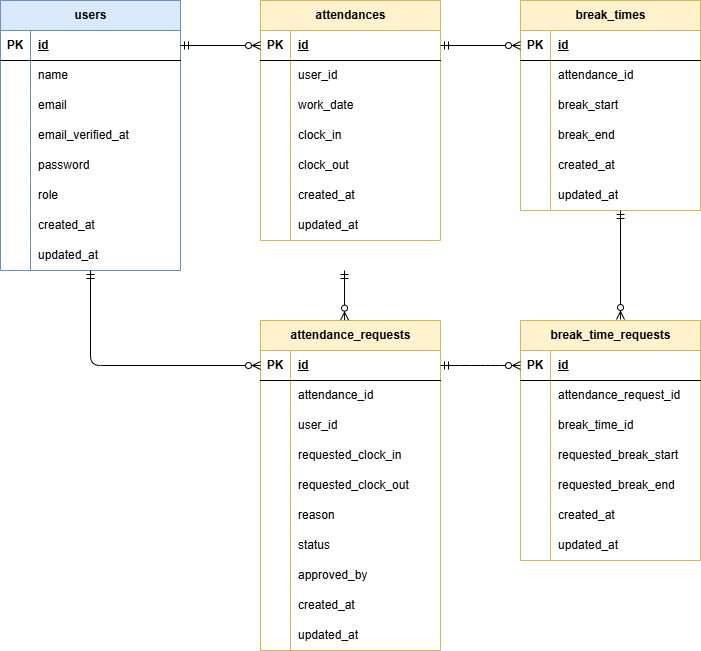
This is attendance_management_app.drawio.png from yun-0312/attendance-management-app, a draw.io export, as it was before one commit. Source tidied: cells renumbered, new cells last; positions are measured from the earlier drawing's top-left corner, leaving out a move shared by most shapes.
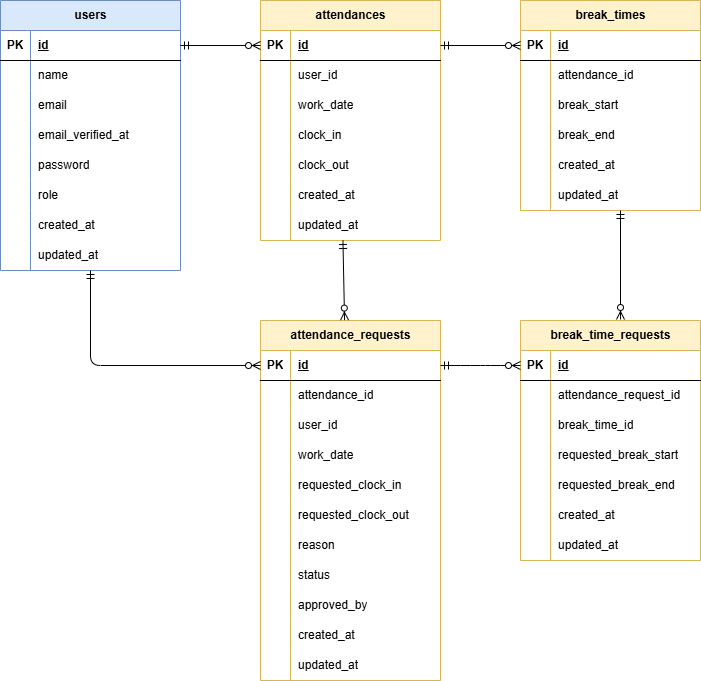
After the commit.

Diff of the diagram source:
```diff
@@ -144,7 +144,7 @@
       <mxGeometry x="30" width="150" height="30" as="geometry" />
     </mxCell>
     <mxCell id="49" value="attendance_requests" style="shape=table;startSize=30;rowLines=0;fontStyle=1;align=center;html=1;fillColor=#fff2cc;strokeColor=#d6b656;" parent="1" vertex="1">
-      <mxGeometry x="260" y="320" width="180" height="330" as="geometry" />
+      <mxGeometry x="260" y="320" width="180" height="360" as="geometry" />
     </mxCell>
     <mxCell id="50" style="shape=tableRow;horizontal=0;startSize=0;swimlaneHead=0;swimlaneBody=0;fillColor=none;points=[[0,0.5],[1,0.5]];portConstraint=eastwest;top=0;left=0;right=0;bottom=1;" parent="49" vertex="1">
       <mxGeometry y="30" width="180" height="30" as="geometry" />
@@ -179,7 +179,7 @@
     <mxCell id="60" style="shape=partialRectangle;fillColor=none;top=0;left=0;bottom=0;right=0;overflow=hidden;whiteSpace=wrap;html=1;" parent="59" vertex="1">
       <mxGeometry width="30" height="30" as="geometry" />
     </mxCell>
-    <mxCell id="61" value="requested_clock_in" style="shape=partialRectangle;fillColor=none;top=0;left=0;bottom=0;right=0;align=left;spacingLeft=6;overflow=hidden;whiteSpace=wrap;html=1;" parent="59" vertex="1">
+    <mxCell id="61" value="&lt;span style=&quot;color: rgb(0, 0, 0);&quot;&gt;work_date&lt;/span&gt;" style="shape=partialRectangle;fillColor=none;top=0;left=0;bottom=0;right=0;align=left;spacingLeft=6;overflow=hidden;whiteSpace=wrap;html=1;" parent="59" vertex="1">
       <mxGeometry x="30" width="150" height="30" as="geometry" />
     </mxCell>
     <mxCell id="62" style="shape=tableRow;horizontal=0;startSize=0;swimlaneHead=0;swimlaneBody=0;fillColor=none;top=0;left=0;right=0;bottom=0;" parent="49" vertex="1">
@@ -188,7 +188,7 @@
     <mxCell id="63" style="shape=partialRectangle;fillColor=none;top=0;left=0;bottom=0;right=0;overflow=hidden;whiteSpace=wrap;html=1;" parent="62" vertex="1">
       <mxGeometry width="30" height="30" as="geometry" />
     </mxCell>
-    <mxCell id="64" value="requested_clock_out" style="shape=partialRectangle;fillColor=none;top=0;left=0;bottom=0;right=0;align=left;spacingLeft=6;overflow=hidden;whiteSpace=wrap;html=1;" parent="62" vertex="1">
+    <mxCell id="64" value="&lt;span style=&quot;color: rgb(0, 0, 0);&quot;&gt;requested_clock_in&lt;/span&gt;" style="shape=partialRectangle;fillColor=none;top=0;left=0;bottom=0;right=0;align=left;spacingLeft=6;overflow=hidden;whiteSpace=wrap;html=1;" parent="62" vertex="1">
       <mxGeometry x="30" width="150" height="30" as="geometry" />
     </mxCell>
     <mxCell id="65" style="shape=tableRow;horizontal=0;startSize=0;swimlaneHead=0;swimlaneBody=0;fillColor=none;top=0;left=0;right=0;bottom=0;" parent="49" vertex="1">
@@ -197,7 +197,7 @@
     <mxCell id="66" style="shape=partialRectangle;fillColor=none;top=0;left=0;bottom=0;right=0;overflow=hidden;whiteSpace=wrap;html=1;" parent="65" vertex="1">
       <mxGeometry width="30" height="30" as="geometry" />
     </mxCell>
-    <mxCell id="67" value="reason" style="shape=partialRectangle;fillColor=none;top=0;left=0;bottom=0;right=0;align=left;spacingLeft=6;overflow=hidden;whiteSpace=wrap;html=1;" parent="65" vertex="1">
+    <mxCell id="67" value="&lt;span style=&quot;color: rgb(0, 0, 0);&quot;&gt;requested_clock_out&lt;/span&gt;" style="shape=partialRectangle;fillColor=none;top=0;left=0;bottom=0;right=0;align=left;spacingLeft=6;overflow=hidden;whiteSpace=wrap;html=1;" parent="65" vertex="1">
       <mxGeometry x="30" width="150" height="30" as="geometry" />
     </mxCell>
     <mxCell id="68" style="shape=tableRow;horizontal=0;startSize=0;swimlaneHead=0;swimlaneBody=0;fillColor=none;top=0;left=0;right=0;bottom=0;" parent="49" vertex="1">
@@ -206,7 +206,7 @@
     <mxCell id="69" style="shape=partialRectangle;fillColor=none;top=0;left=0;bottom=0;right=0;overflow=hidden;whiteSpace=wrap;html=1;" parent="68" vertex="1">
       <mxGeometry width="30" height="30" as="geometry" />
     </mxCell>
-    <mxCell id="70" value="status" style="shape=partialRectangle;fillColor=none;top=0;left=0;bottom=0;right=0;align=left;spacingLeft=6;overflow=hidden;whiteSpace=wrap;html=1;" parent="68" vertex="1">
+    <mxCell id="70" value="&lt;span style=&quot;color: rgb(0, 0, 0);&quot;&gt;reason&lt;/span&gt;" style="shape=partialRectangle;fillColor=none;top=0;left=0;bottom=0;right=0;align=left;spacingLeft=6;overflow=hidden;whiteSpace=wrap;html=1;" parent="68" vertex="1">
       <mxGeometry x="30" width="150" height="30" as="geometry" />
     </mxCell>
     <mxCell id="71" style="shape=tableRow;horizontal=0;startSize=0;swimlaneHead=0;swimlaneBody=0;fillColor=none;top=0;left=0;right=0;bottom=0;" parent="49" vertex="1">
@@ -215,7 +215,7 @@
     <mxCell id="72" style="shape=partialRectangle;fillColor=none;top=0;left=0;bottom=0;right=0;overflow=hidden;whiteSpace=wrap;html=1;" parent="71" vertex="1">
       <mxGeometry width="30" height="30" as="geometry" />
     </mxCell>
-    <mxCell id="73" value="approved_by" style="shape=partialRectangle;fillColor=none;top=0;left=0;bottom=0;right=0;align=left;spacingLeft=6;overflow=hidden;whiteSpace=wrap;html=1;" parent="71" vertex="1">
+    <mxCell id="73" value="&lt;span style=&quot;color: rgb(0, 0, 0);&quot;&gt;status&lt;/span&gt;" style="shape=partialRectangle;fillColor=none;top=0;left=0;bottom=0;right=0;align=left;spacingLeft=6;overflow=hidden;whiteSpace=wrap;html=1;" parent="71" vertex="1">
       <mxGeometry x="30" width="150" height="30" as="geometry" />
     </mxCell>
     <mxCell id="74" style="shape=tableRow;horizontal=0;startSize=0;swimlaneHead=0;swimlaneBody=0;fillColor=none;top=0;left=0;right=0;bottom=0;" parent="49" vertex="1">
@@ -224,7 +224,7 @@
     <mxCell id="75" style="shape=partialRectangle;fillColor=none;top=0;left=0;bottom=0;right=0;overflow=hidden;whiteSpace=wrap;html=1;" parent="74" vertex="1">
       <mxGeometry width="30" height="30" as="geometry" />
     </mxCell>
-    <mxCell id="76" value="&lt;span style=&quot;color: rgb(0, 0, 0);&quot;&gt;created_at&lt;/span&gt;" style="shape=partialRectangle;fillColor=none;top=0;left=0;bottom=0;right=0;align=left;spacingLeft=6;overflow=hidden;whiteSpace=wrap;html=1;" parent="74" vertex="1">
+    <mxCell id="76" value="&lt;span style=&quot;color: rgb(0, 0, 0);&quot;&gt;approved_by&lt;/span&gt;" style="shape=partialRectangle;fillColor=none;top=0;left=0;bottom=0;right=0;align=left;spacingLeft=6;overflow=hidden;whiteSpace=wrap;html=1;" parent="74" vertex="1">
       <mxGeometry x="30" width="150" height="30" as="geometry" />
     </mxCell>
     <mxCell id="77" style="shape=tableRow;horizontal=0;startSize=0;swimlaneHead=0;swimlaneBody=0;fillColor=none;top=0;left=0;right=0;bottom=0;" parent="49" vertex="1">
@@ -233,9 +233,18 @@
     <mxCell id="78" style="shape=partialRectangle;fillColor=none;top=0;left=0;bottom=0;right=0;overflow=hidden;whiteSpace=wrap;html=1;" parent="77" vertex="1">
       <mxGeometry width="30" height="30" as="geometry" />
     </mxCell>
-    <mxCell id="79" value="&lt;span style=&quot;color: rgb(0, 0, 0);&quot;&gt;updated_at&lt;/span&gt;" style="shape=partialRectangle;fillColor=none;top=0;left=0;bottom=0;right=0;align=left;spacingLeft=6;overflow=hidden;whiteSpace=wrap;html=1;" parent="77" vertex="1">
+    <mxCell id="79" value="&lt;span style=&quot;color: rgb(0, 0, 0);&quot;&gt;created_at&lt;/span&gt;" style="shape=partialRectangle;fillColor=none;top=0;left=0;bottom=0;right=0;align=left;spacingLeft=6;overflow=hidden;whiteSpace=wrap;html=1;" parent="77" vertex="1">
       <mxGeometry x="30" width="150" height="30" as="geometry" />
     </mxCell>
+    <mxCell id="127" style="shape=tableRow;horizontal=0;startSize=0;swimlaneHead=0;swimlaneBody=0;fillColor=none;top=0;left=0;right=0;bottom=0;" parent="49" vertex="1">
+      <mxGeometry y="330" width="180" height="30" as="geometry" />
+    </mxCell>
+    <mxCell id="128" style="shape=partialRectangle;fillColor=none;top=0;left=0;bottom=0;right=0;overflow=hidden;whiteSpace=wrap;html=1;" parent="127" vertex="1">
+      <mxGeometry width="30" height="30" as="geometry" />
+    </mxCell>
+    <mxCell id="129" value="&lt;span style=&quot;color: rgb(0, 0, 0);&quot;&gt;updated_at&lt;/span&gt;" style="shape=partialRectangle;fillColor=none;top=0;left=0;bottom=0;right=0;align=left;spacingLeft=6;overflow=hidden;whiteSpace=wrap;html=1;" parent="127" vertex="1">
+      <mxGeometry x="30" width="150" height="30" as="geometry" />
+    </mxCell>
     <mxCell id="80" value="break_times" style="shape=table;startSize=30;rowLines=0;fontStyle=1;align=center;html=1;fillColor=#fff2cc;strokeColor=#d6b656;" parent="1" vertex="1">
       <mxGeometry x="520" width="180" height="210" as="geometry" />
     </mxCell>
@@ -365,10 +374,8 @@
     <mxCell id="122" style="fontSize=12;html=1;endArrow=ERzeroToMany;startArrow=ERmandOne;exitX=1;exitY=0.5;exitDx=0;exitDy=0;entryX=0;entryY=0.5;entryDx=0;entryDy=0;" parent="1" edge="1" source="28" target="81">
       <mxGeometry relative="1" as="geometry" />
     </mxCell>
-    <mxCell id="123" style="fontSize=12;html=1;endArrow=ERzeroToMany;startArrow=ERmandOne;entryX=0.467;entryY=-0.001;entryDx=0;entryDy=0;entryPerimeter=0;" parent="1" edge="1" target="49">
-      <mxGeometry relative="1" as="geometry">
-        <mxPoint x="344" y="270" as="sourcePoint" />
-      </mxGeometry>
+    <mxCell id="123" style="fontSize=12;html=1;endArrow=ERzeroToMany;startArrow=ERmandOne;entryX=0.467;entryY=-0.001;entryDx=0;entryDy=0;entryPerimeter=0;exitX=0.458;exitY=1;exitDx=0;exitDy=0;exitPerimeter=0;" parent="1" edge="1" source="46" target="49">
+      <mxGeometry relative="1" as="geometry" />
     </mxCell>
     <mxCell id="124" style="edgeStyle=entityRelationEdgeStyle;fontSize=12;html=1;endArrow=ERzeroToMany;startArrow=ERmandOne;exitX=1;exitY=0.5;exitDx=0;exitDy=0;entryX=0;entryY=0.5;entryDx=0;entryDy=0;" parent="1" edge="1" source="50" target="100">
       <mxGeometry relative="1" as="geometry" />
```
